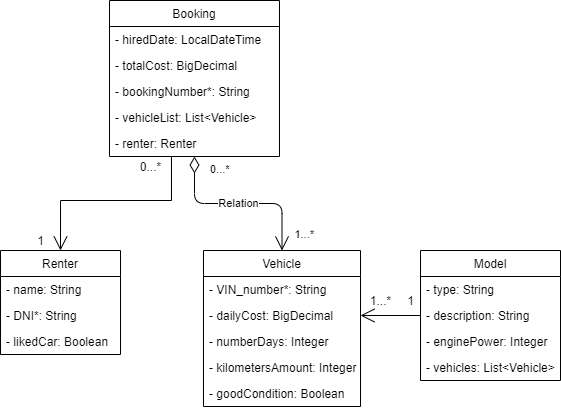
Earlier version of the draw.io export docs/car-hire.models.png (miw-upm/apaw-practice). Source tidied: cells renumbered, new cells last; positions are measured from the earlier drawing's top-left corner, leaving out a move shared by most shapes.
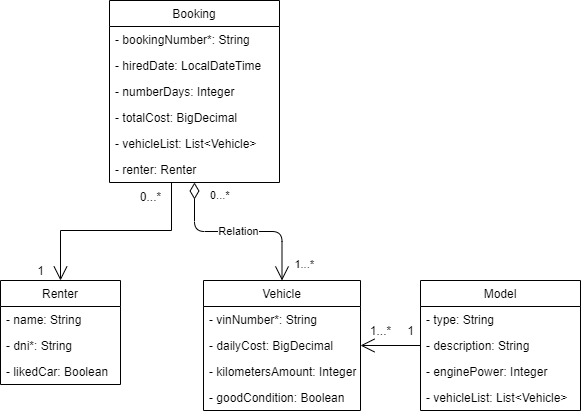
The same file after the commit.

Commit message:
Updated UML & model #26

The edit, as a diff of the source:
```diff
@@ -8,62 +8,62 @@
     <mxCell id="3" value="- name: String" style="text;strokeColor=none;fillColor=none;align=left;verticalAlign=top;spacingLeft=4;spacingRight=4;overflow=hidden;" parent="2" vertex="1">
       <mxGeometry y="26" width="120" height="26" as="geometry" />
     </mxCell>
-    <mxCell id="4" value="- DNI*: String" style="text;strokeColor=none;fillColor=none;align=left;verticalAlign=top;spacingLeft=4;spacingRight=4;overflow=hidden;" parent="2" vertex="1">
+    <mxCell id="4" value="- dni*: String" style="text;strokeColor=none;fillColor=none;align=left;verticalAlign=top;spacingLeft=4;spacingRight=4;overflow=hidden;" parent="2" vertex="1">
       <mxGeometry y="52" width="120" height="26" as="geometry" />
     </mxCell>
     <mxCell id="5" value="- likedCar: Boolean" style="text;strokeColor=none;fillColor=none;align=left;verticalAlign=top;spacingLeft=4;spacingRight=4;overflow=hidden;" parent="2" vertex="1">
       <mxGeometry y="78" width="120" height="26" as="geometry" />
     </mxCell>
     <mxCell id="6" value="Booking" style="swimlane;fontStyle=0;horizontal=1;startSize=26;fillColor=none;" parent="1" vertex="1">
-      <mxGeometry x="109" width="170" height="156" as="geometry" />
+      <mxGeometry x="109" y="-30" width="170" height="182" as="geometry" />
     </mxCell>
+    <mxCell id="9" value="- bookingNumber*: String" style="text;strokeColor=none;fillColor=none;align=left;verticalAlign=top;spacingLeft=4;spacingRight=4;overflow=hidden;" parent="6" vertex="1">
+      <mxGeometry y="26" width="170" height="26" as="geometry" />
+    </mxCell>
     <mxCell id="7" value="- hiredDate: LocalDateTime" style="text;strokeColor=none;fillColor=none;align=left;verticalAlign=top;spacingLeft=4;spacingRight=4;overflow=hidden;" parent="6" vertex="1">
-      <mxGeometry y="26" width="170" height="26" as="geometry" />
+      <mxGeometry y="52" width="170" height="26" as="geometry" />
     </mxCell>
+    <mxCell id="15" value="- numberDays: Integer" style="text;strokeColor=none;fillColor=none;align=left;verticalAlign=top;spacingLeft=4;spacingRight=4;overflow=hidden;" parent="6" vertex="1">
+      <mxGeometry y="78" width="170" height="26" as="geometry" />
+    </mxCell>
     <mxCell id="8" value="- totalCost: BigDecimal" style="text;strokeColor=none;fillColor=none;align=left;verticalAlign=top;spacingLeft=4;spacingRight=4;overflow=hidden;" parent="6" vertex="1">
-      <mxGeometry y="52" width="170" height="26" as="geometry" />
+      <mxGeometry y="104" width="170" height="26" as="geometry" />
     </mxCell>
-    <mxCell id="9" value="- bookingNumber*: String" style="text;strokeColor=none;fillColor=none;align=left;verticalAlign=top;spacingLeft=4;spacingRight=4;overflow=hidden;" parent="6" vertex="1">
-      <mxGeometry y="78" width="170" height="26" as="geometry" />
-    </mxCell>
     <mxCell id="10" value="- vehicleList: List&lt;Vehicle&gt;" style="text;strokeColor=none;fillColor=none;align=left;verticalAlign=top;spacingLeft=4;spacingRight=4;overflow=hidden;" parent="6" vertex="1">
-      <mxGeometry y="104" width="170" height="26" as="geometry" />
+      <mxGeometry y="130" width="170" height="26" as="geometry" />
     </mxCell>
     <mxCell id="11" value="- renter: Renter" style="text;strokeColor=none;fillColor=none;align=left;verticalAlign=top;spacingLeft=4;spacingRight=4;overflow=hidden;points=[[0,0.5],[1,0.5]];portConstraint=eastwest;" parent="6" vertex="1">
-      <mxGeometry y="130" width="170" height="26" as="geometry" />
+      <mxGeometry y="156" width="170" height="26" as="geometry" />
     </mxCell>
     <mxCell id="12" value="Vehicle" style="swimlane;fontStyle=0;horizontal=1;startSize=26;fillColor=none;" parent="1" vertex="1">
-      <mxGeometry x="203" y="250" width="157" height="156" as="geometry" />
+      <mxGeometry x="203" y="250" width="157" height="130" as="geometry" />
     </mxCell>
-    <mxCell id="13" value="- VIN_number*: String" style="text;strokeColor=none;fillColor=none;align=left;verticalAlign=top;spacingLeft=4;spacingRight=4;overflow=hidden;" parent="12" vertex="1">
+    <mxCell id="13" value="- vinNumber*: String" style="text;strokeColor=none;fillColor=none;align=left;verticalAlign=top;spacingLeft=4;spacingRight=4;overflow=hidden;" parent="12" vertex="1">
       <mxGeometry y="26" width="157" height="26" as="geometry" />
     </mxCell>
     <mxCell id="14" value="- dailyCost: BigDecimal" style="text;strokeColor=none;fillColor=none;align=left;verticalAlign=top;spacingLeft=4;spacingRight=4;overflow=hidden;" parent="12" vertex="1">
       <mxGeometry y="52" width="157" height="26" as="geometry" />
     </mxCell>
-    <mxCell id="15" value="- numberDays: Integer" style="text;strokeColor=none;fillColor=none;align=left;verticalAlign=top;spacingLeft=4;spacingRight=4;overflow=hidden;" parent="12" vertex="1">
-      <mxGeometry y="78" width="157" height="26" as="geometry" />
-    </mxCell>
     <mxCell id="16" value="- kilometersAmount: Integer" style="text;strokeColor=none;fillColor=none;align=left;verticalAlign=top;spacingLeft=4;spacingRight=4;overflow=hidden;" parent="12" vertex="1">
-      <mxGeometry y="104" width="157" height="26" as="geometry" />
+      <mxGeometry y="78" width="157" height="26" as="geometry" />
     </mxCell>
     <mxCell id="17" value="- goodCondition: Boolean" style="text;strokeColor=none;fillColor=none;align=left;verticalAlign=top;spacingLeft=4;spacingRight=4;overflow=hidden;" parent="12" vertex="1">
-      <mxGeometry y="130" width="157" height="26" as="geometry" />
+      <mxGeometry y="104" width="157" height="26" as="geometry" />
     </mxCell>
     <mxCell id="18" value="Model" style="swimlane;fontStyle=0;horizontal=1;startSize=26;fillColor=none;" parent="1" vertex="1">
-      <mxGeometry x="420" y="250" width="140" height="130" as="geometry" />
+      <mxGeometry x="420" y="250" width="160" height="130" as="geometry" />
     </mxCell>
     <mxCell id="19" value="- type: String" style="text;strokeColor=none;fillColor=none;align=left;verticalAlign=top;spacingLeft=4;spacingRight=4;overflow=hidden;" parent="18" vertex="1">
-      <mxGeometry y="26" width="140" height="26" as="geometry" />
+      <mxGeometry y="26" width="160" height="26" as="geometry" />
     </mxCell>
     <mxCell id="20" value="- description: String" style="text;strokeColor=none;fillColor=none;align=left;verticalAlign=top;spacingLeft=4;spacingRight=4;overflow=hidden;" parent="18" vertex="1">
-      <mxGeometry y="52" width="140" height="26" as="geometry" />
+      <mxGeometry y="52" width="160" height="26" as="geometry" />
     </mxCell>
     <mxCell id="21" value="- enginePower: Integer" style="text;strokeColor=none;fillColor=none;align=left;verticalAlign=top;spacingLeft=4;spacingRight=4;overflow=hidden;" parent="18" vertex="1">
-      <mxGeometry y="78" width="140" height="26" as="geometry" />
+      <mxGeometry y="78" width="160" height="26" as="geometry" />
     </mxCell>
-    <mxCell id="22" value="- vehicles: List&lt;Vehicle&gt;" style="text;strokeColor=none;fillColor=none;align=left;verticalAlign=top;spacingLeft=4;spacingRight=4;overflow=hidden;" parent="18" vertex="1">
-      <mxGeometry y="104" width="140" height="26" as="geometry" />
+    <mxCell id="22" value="- vehicleList: List&lt;Vehicle&gt;" style="text;strokeColor=none;fillColor=none;align=left;verticalAlign=top;spacingLeft=4;spacingRight=4;overflow=hidden;" parent="18" vertex="1">
+      <mxGeometry y="104" width="160" height="26" as="geometry" />
     </mxCell>
     <mxCell id="23" value="Relation" style="endArrow=open;html=1;endSize=12;startArrow=diamondThin;startSize=14;startFill=0;edgeStyle=orthogonalEdgeStyle;entryX=0.5;entryY=0;entryDx=0;entryDy=0;" parent="1" edge="1" source="6" target="12">
       <mxGeometry relative="1" as="geometry" />
@@ -78,7 +78,7 @@
         <mxPoint x="32" y="-30" as="offset" />
       </mxGeometry>
     </mxCell>
-    <mxCell id="26" style="endArrow=open;endFill=1;endSize=12;html=1;rounded=0;edgeStyle=orthogonalEdgeStyle;" parent="1" edge="1" source="11" target="2">
+    <mxCell id="26" style="endArrow=open;endFill=1;endSize=12;html=1;rounded=0;edgeStyle=orthogonalEdgeStyle;" parent="1" edge="1" source="6" target="2">
       <mxGeometry relative="1" as="geometry">
         <Array as="points">
           <mxPoint x="171" y="200" />
```
